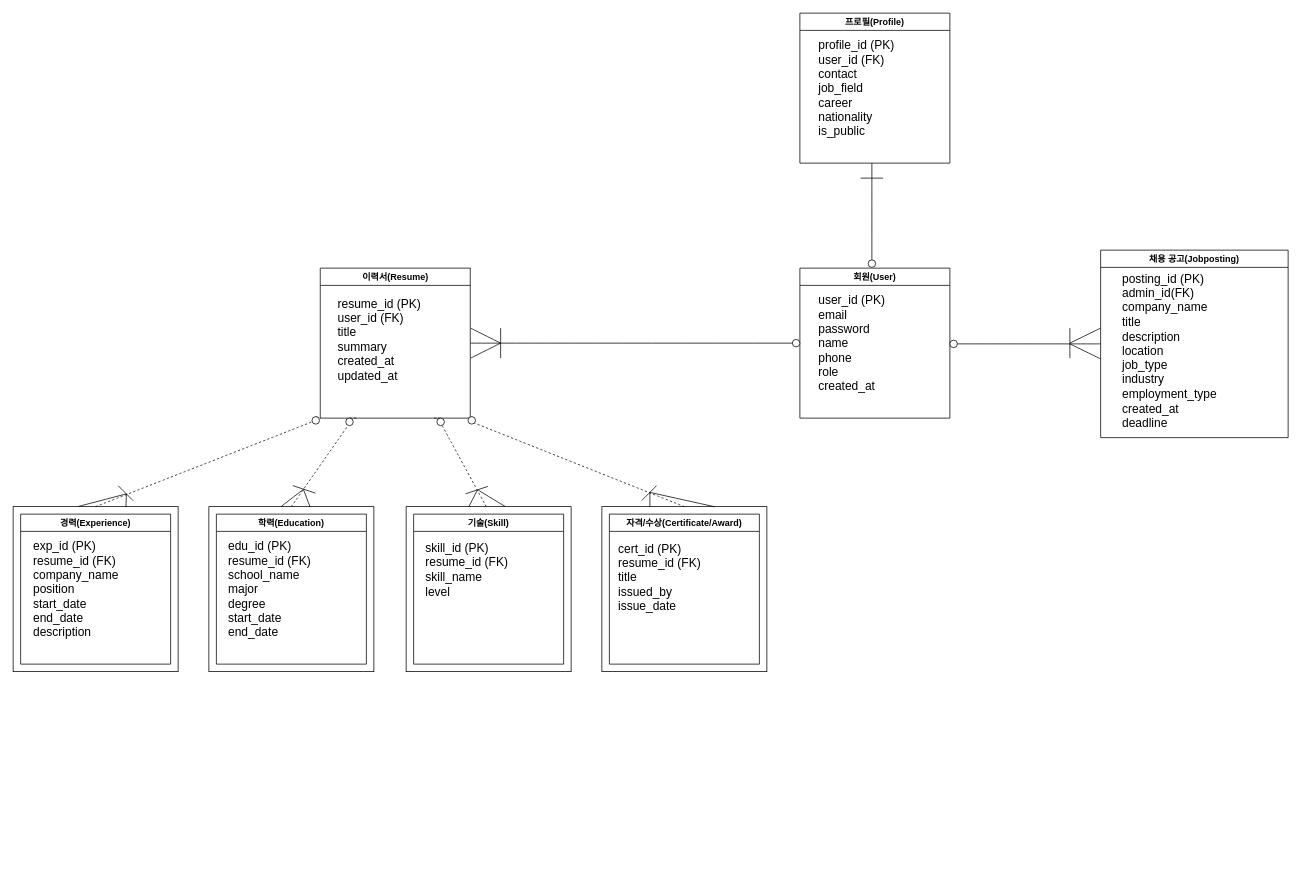
Before: test1.drawio in learnner-ms/WebProject, a draw.io diagram. Source tidied: cells renumbered, new cells numbered last; positions are measured from the earlier drawing's top-left corner, leaving out a move shared by most shapes. Both pictures are drawn from the tidied source at 75%, with x=0, y=0 at pixel (13, 13).
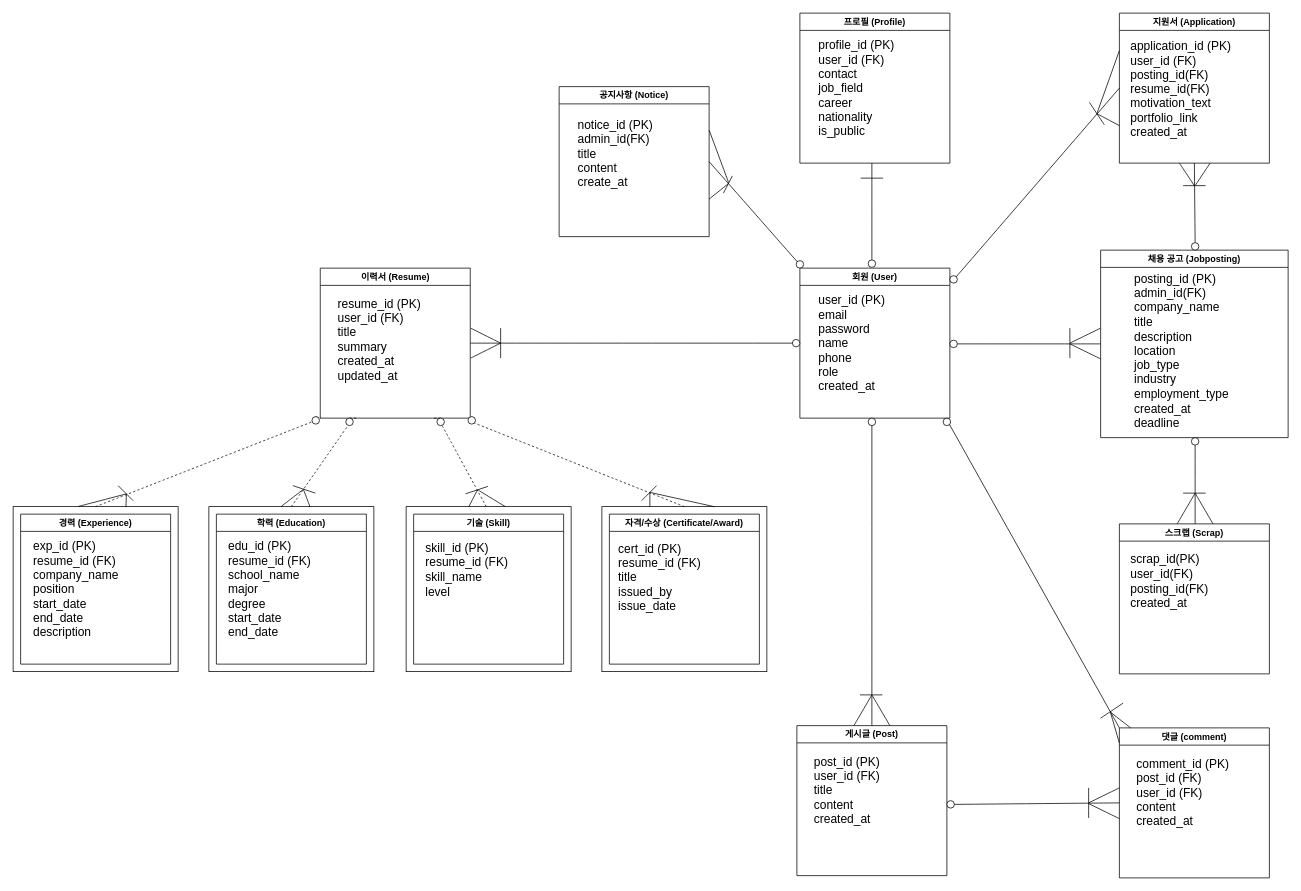
The same diagram, later.

Unchanged cells that the change refers to:
```xml
<mxCell id="8" style="group;" parent="1" vertex="1">
  <mxGeometry y="658" width="220" height="220" as="geometry" />
</mxCell>
<mxCell id="12" style="group;" parent="1" vertex="1">
  <mxGeometry x="261" y="658" width="220" height="220" as="geometry" />
</mxCell>
<mxCell id="16" style="group;" parent="1" vertex="1">
  <mxGeometry x="524" y="658" width="220" height="220" as="geometry" />
</mxCell>
<mxCell id="20" style="group;" parent="1" vertex="1">
  <mxGeometry x="785" y="658" width="220" height="220" as="geometry" />
</mxCell>
```

What changed in the source:
```diff
@@
-    <mxCell id="2" value="회원(User)" style="swimlane;whiteSpace=wrap;html=1;" parent="1" vertex="1">
+    <mxCell id="2" value="회원 (User)" style="swimlane;whiteSpace=wrap;html=1;" parent="1" vertex="1">
       <mxGeometry x="1049" y="340" width="200" height="200" as="geometry" />
     </mxCell>
@@
-    <mxCell id="4" value="프로필(Profile)" style="swimlane;whiteSpace=wrap;html=1;" parent="1" vertex="1">
+    <mxCell id="4" value="프로필 (Profile)" style="swimlane;whiteSpace=wrap;html=1;" parent="1" vertex="1">
       <mxGeometry x="1049" width="200" height="200" as="geometry" />
     </mxCell>
@@
-    <mxCell id="6" value="이력서(Resume)" style="swimlane;whiteSpace=wrap;html=1;" parent="1" vertex="1">
+    <mxCell id="6" value="이력서 (Resume)" style="swimlane;whiteSpace=wrap;html=1;" parent="1" vertex="1">
       <mxGeometry x="409.5" y="340" width="200" height="200" as="geometry" />
     </mxCell>
@@
-    <mxCell id="10" value="경력(Experience)" style="swimlane;whiteSpace=wrap;html=1;" parent="8" vertex="1">
+    <mxCell id="10" value="경력 (Experience)" style="swimlane;whiteSpace=wrap;html=1;" parent="8" vertex="1">
       <mxGeometry x="10" y="10" width="200" height="200" as="geometry" />
     </mxCell>
@@
-    <mxCell id="14" value="&lt;span class=&quot;notion-enable-hover&quot;&gt;학력(Education)&lt;/span&gt;" style="swimlane;whiteSpace=wrap;html=1;" parent="12" vertex="1">
+    <mxCell id="14" value="&lt;span class=&quot;notion-enable-hover&quot;&gt;학력 (Education)&lt;/span&gt;" style="swimlane;whiteSpace=wrap;html=1;" parent="12" vertex="1">
       <mxGeometry x="10" y="10" width="200" height="200" as="geometry" />
     </mxCell>
@@
-    <mxCell id="18" value="기술(Skill)" style="swimlane;whiteSpace=wrap;html=1;" parent="16" vertex="1">
+    <mxCell id="18" value="기술 (Skill)" style="swimlane;whiteSpace=wrap;html=1;" parent="16" vertex="1">
       <mxGeometry x="10" y="10" width="200" height="200" as="geometry" />
     </mxCell>
@@
-    <mxCell id="22" value="자격/수상(Certificate/Award)" style="swimlane;whiteSpace=wrap;html=1;" parent="20" vertex="1">
+    <mxCell id="22" value="자격/수상 (Certificate/Award)" style="swimlane;whiteSpace=wrap;html=1;" parent="20" vertex="1">
       <mxGeometry x="10" y="10" width="200" height="200" as="geometry" />
     </mxCell>
@@
-    <mxCell id="56" value="채용 공고(Jobposting)" style="swimlane;whiteSpace=wrap;html=1;" parent="1" vertex="1">
+    <mxCell id="56" value="채용 공고 (Jobposting)" style="swimlane;whiteSpace=wrap;html=1;" parent="1" vertex="1">
       <mxGeometry x="1450" y="316" width="250" height="250" as="geometry" />
     </mxCell>
     <mxCell id="57" value="&lt;font&gt;posting_id (PK)&lt;/font&gt;&lt;div&gt;&lt;font&gt;admin_id(FK)&lt;/font&gt;&lt;/div&gt;&lt;div&gt;&lt;font&gt;company_name&lt;/font&gt;&lt;/div&gt;&lt;div&gt;&lt;font&gt;title&lt;/font&gt;&lt;/div&gt;&lt;div&gt;&lt;font&gt;description&lt;/font&gt;&lt;/div&gt;&lt;div&gt;&lt;font&gt;location&lt;/font&gt;&lt;/div&gt;&lt;div&gt;&lt;div&gt;&lt;font&gt;job_type&lt;/font&gt;&lt;/div&gt;&lt;div&gt;&lt;font&gt;industry&lt;/font&gt;&lt;/div&gt;&lt;div&gt;&lt;font&gt;employment_type&lt;/font&gt;&lt;/div&gt;&lt;div&gt;&lt;font&gt;created_at&lt;/font&gt;&lt;/div&gt;&lt;div&gt;&lt;font&gt;deadline&lt;/font&gt;&lt;/div&gt;&lt;/div&gt;" style="text;html=1;align=left;verticalAlign=middle;strokeColor=none;fillColor=none;fontSize=16;" parent="56" vertex="1">
-      <mxGeometry x="27" y="24" width="150" height="220" as="geometry" />
+      <mxGeometry x="43" y="24" width="150" height="220" as="geometry" />
     </mxCell>
@@
+    <mxCell id="63" value="지원서 (Application)" style="swimlane;whiteSpace=wrap;html=1;" parent="1" vertex="1">
+      <mxGeometry x="1475" width="200" height="200" as="geometry" />
+    </mxCell>
+    <mxCell id="64" value="application_id (PK)&lt;div&gt;user_id (FK)&lt;/div&gt;&lt;div&gt;posting_id(FK)&lt;/div&gt;&lt;div&gt;resume_id(FK)&lt;/div&gt;&lt;div&gt;motivation_text&lt;/div&gt;&lt;div&gt;portfolio_link&lt;/div&gt;&lt;div&gt;created_at&lt;/div&gt;" style="text;html=1;align=left;verticalAlign=middle;strokeColor=none;fillColor=none;fontSize=16;" parent="63" vertex="1">
+      <mxGeometry x="13" y="26" width="160" height="150" as="geometry" />
+    </mxCell>
+    <mxCell id="65" style="ellipse;whiteSpace=wrap;html=1;" parent="1" vertex="1">
+      <mxGeometry x="1249" y="350" width="10" height="10" as="geometry" />
+    </mxCell>
+    <mxCell id="66" style="endArrow=none;html=1;rounded=0;fontSize=12;startSize=8;endSize=8;curved=1;entryX=0;entryY=0.5;entryDx=0;entryDy=0;exitX=1;exitY=0;exitDx=0;exitDy=0;" parent="1" edge="1" source="65" target="63">
+      <mxGeometry relative="1" as="geometry" />
+    </mxCell>
+    <mxCell id="67" style="endArrow=none;html=1;rounded=0;fontSize=12;startSize=8;endSize=8;curved=1;" parent="1" edge="1">
+      <mxGeometry relative="1" as="geometry">
+        <mxPoint x="1455" y="149" as="sourcePoint" />
+        <mxPoint x="1435" y="119" as="targetPoint" />
+      </mxGeometry>
+    </mxCell>
+    <mxCell id="68" style="endArrow=none;html=1;rounded=0;fontSize=12;startSize=8;endSize=8;curved=1;entryX=0;entryY=0.25;entryDx=0;entryDy=0;" parent="1" edge="1" target="63">
+      <mxGeometry relative="1" as="geometry">
+        <mxPoint x="1445" y="134" as="sourcePoint" />
+      </mxGeometry>
+    </mxCell>
+    <mxCell id="69" style="endArrow=none;html=1;rounded=0;fontSize=12;startSize=8;endSize=8;curved=1;entryX=0;entryY=0.75;entryDx=0;entryDy=0;" parent="1" edge="1" target="63">
+      <mxGeometry relative="1" as="geometry">
+        <mxPoint x="1445" y="134" as="sourcePoint" />
+      </mxGeometry>
+    </mxCell>
+    <mxCell id="70" style="endArrow=none;html=1;rounded=0;fontSize=12;startSize=8;endSize=8;curved=1;entryX=0.5;entryY=1;entryDx=0;entryDy=0;exitX=0.5;exitY=0;exitDx=0;exitDy=0;" parent="1" edge="1" source="72" target="63">
+      <mxGeometry relative="1" as="geometry" />
+    </mxCell>
+    <mxCell id="71" style="endArrow=none;html=1;rounded=0;fontSize=12;startSize=8;endSize=8;curved=1;entryX=0.5;entryY=1;entryDx=0;entryDy=0;exitX=0.5;exitY=0;exitDx=0;exitDy=0;" parent="1" edge="1" source="56" target="72">
+      <mxGeometry relative="1" as="geometry" />
+    </mxCell>
+    <mxCell id="72" style="ellipse;whiteSpace=wrap;html=1;" parent="1" vertex="1">
+      <mxGeometry x="1571" y="306" width="10" height="10" as="geometry" />
+    </mxCell>
+    <mxCell id="73" style="endArrow=none;html=1;rounded=0;fontSize=12;startSize=8;endSize=8;curved=1;" parent="1" edge="1">
+      <mxGeometry relative="1" as="geometry">
+        <mxPoint x="1560" y="230" as="sourcePoint" />
+        <mxPoint x="1590" y="230" as="targetPoint" />
+      </mxGeometry>
+    </mxCell>
+    <mxCell id="74" style="endArrow=none;html=1;rounded=0;fontSize=12;startSize=8;endSize=8;curved=1;" parent="1" edge="1">
+      <mxGeometry relative="1" as="geometry">
+        <mxPoint x="1555" y="200" as="sourcePoint" />
+        <mxPoint x="1575" y="230" as="targetPoint" />
+      </mxGeometry>
+    </mxCell>
+    <mxCell id="75" style="endArrow=none;html=1;rounded=0;fontSize=12;startSize=8;endSize=8;curved=1;" parent="1" edge="1">
+      <mxGeometry relative="1" as="geometry">
+        <mxPoint x="1576" y="230" as="sourcePoint" />
+        <mxPoint x="1596" y="200" as="targetPoint" />
+      </mxGeometry>
+    </mxCell>
+    <mxCell id="76" value="스크랩 (Scrap)" style="swimlane;whiteSpace=wrap;html=1;" parent="1" vertex="1">
+      <mxGeometry x="1475" y="681" width="200" height="200" as="geometry" />
+    </mxCell>
+    <mxCell id="77" value="scrap_id(PK)&lt;div&gt;user_id(FK)&lt;/div&gt;&lt;div&gt;posting_id(FK)&lt;/div&gt;&lt;div&gt;created_at&lt;/div&gt;" style="text;html=1;align=left;verticalAlign=middle;strokeColor=none;fillColor=none;fontSize=16;" parent="76" vertex="1">
+      <mxGeometry x="13" y="31" width="130" height="90" as="geometry" />
+    </mxCell>
+    <mxCell id="78" style="endArrow=none;html=1;rounded=0;fontSize=12;startSize=8;endSize=8;curved=1;entryX=0.5;entryY=1;entryDx=0;entryDy=0;exitX=0.5;exitY=0;exitDx=0;exitDy=0;" parent="1" edge="1" source="80">
+      <mxGeometry relative="1" as="geometry">
+        <mxPoint x="1578" y="575" as="targetPoint" />
+      </mxGeometry>
+    </mxCell>
+    <mxCell id="79" style="endArrow=none;html=1;rounded=0;fontSize=12;startSize=8;endSize=8;curved=1;entryX=0.5;entryY=1;entryDx=0;entryDy=0;exitX=0.5;exitY=0;exitDx=0;exitDy=0;" parent="1" edge="1" target="80">
+      <mxGeometry relative="1" as="geometry">
+        <mxPoint x="1576" y="681" as="sourcePoint" />
+      </mxGeometry>
+    </mxCell>
+    <mxCell id="80" style="ellipse;whiteSpace=wrap;html=1;" parent="1" vertex="1">
+      <mxGeometry x="1571" y="566" width="10" height="10" as="geometry" />
+    </mxCell>
+    <mxCell id="81" style="endArrow=none;html=1;rounded=0;fontSize=12;startSize=8;endSize=8;curved=1;" parent="1" edge="1">
+      <mxGeometry relative="1" as="geometry">
+        <mxPoint x="1560" y="640" as="sourcePoint" />
+        <mxPoint x="1590" y="640" as="targetPoint" />
+      </mxGeometry>
+    </mxCell>
+    <mxCell id="82" style="endArrow=none;html=1;rounded=0;fontSize=12;startSize=8;endSize=8;curved=1;exitX=0.37;exitY=0.003;exitDx=0;exitDy=0;exitPerimeter=0;entryX=0.624;entryY=0;entryDx=0;entryDy=0;entryPerimeter=0;" parent="1" edge="1" target="76">
+      <mxGeometry relative="1" as="geometry">
+        <mxPoint x="1576" y="640" as="sourcePoint" />
+      </mxGeometry>
+    </mxCell>
+    <mxCell id="83" style="endArrow=none;html=1;rounded=0;fontSize=12;startSize=8;endSize=8;curved=1;exitX=0.37;exitY=0.003;exitDx=0;exitDy=0;exitPerimeter=0;entryX=0.624;entryY=0;entryDx=0;entryDy=0;entryPerimeter=0;" parent="1" edge="1">
+      <mxGeometry relative="1" as="geometry">
+        <mxPoint x="1552" y="681" as="sourcePoint" />
+        <mxPoint x="1576" y="640" as="targetPoint" />
+      </mxGeometry>
+    </mxCell>
+    <mxCell id="84" value="게시글 (Post)" style="swimlane;whiteSpace=wrap;html=1;" parent="1" vertex="1">
+      <mxGeometry x="1045" y="950" width="200" height="200" as="geometry" />
+    </mxCell>
+    <mxCell id="85" value="post_id (PK)&lt;div&gt;user_id (FK)&lt;/div&gt;&lt;div&gt;title&lt;/div&gt;&lt;div&gt;content&lt;/div&gt;&lt;div&gt;created_at&lt;/div&gt;" style="text;html=1;align=left;verticalAlign=middle;strokeColor=none;fillColor=none;fontSize=16;" parent="84" vertex="1">
+      <mxGeometry x="21" y="31" width="110" height="110" as="geometry" />
+    </mxCell>
+    <mxCell id="86" value="댓글 (comment)" style="swimlane;whiteSpace=wrap;html=1;" parent="1" vertex="1">
+      <mxGeometry x="1475" y="953" width="200" height="200" as="geometry" />
+    </mxCell>
+    <mxCell id="87" value="comment_id (PK)&lt;div&gt;post_id (FK)&lt;/div&gt;&lt;div&gt;user_id (FK)&lt;/div&gt;&lt;div&gt;content&lt;/div&gt;&lt;div&gt;created_at&lt;/div&gt;" style="text;html=1;align=left;verticalAlign=middle;strokeColor=none;fillColor=none;fontSize=16;" parent="86" vertex="1">
+      <mxGeometry x="21" y="31" width="150" height="110" as="geometry" />
+    </mxCell>
+    <mxCell id="88" style="ellipse;whiteSpace=wrap;html=1;" parent="1" vertex="1">
+      <mxGeometry x="1140" y="540" width="10" height="10" as="geometry" />
+    </mxCell>
+    <mxCell id="89" style="endArrow=none;html=1;rounded=0;fontSize=12;startSize=8;endSize=8;curved=1;entryX=0.5;entryY=1;entryDx=0;entryDy=0;exitX=0.5;exitY=0;exitDx=0;exitDy=0;" parent="1" edge="1" source="84" target="88">
+      <mxGeometry relative="1" as="geometry" />
+    </mxCell>
+    <mxCell id="90" style="endArrow=none;html=1;rounded=0;fontSize=12;startSize=8;endSize=8;curved=1;" parent="1" edge="1">
+      <mxGeometry relative="1" as="geometry">
+        <mxPoint x="1129" y="909" as="sourcePoint" />
+        <mxPoint x="1159" y="909" as="targetPoint" />
+      </mxGeometry>
+    </mxCell>
+    <mxCell id="91" style="endArrow=none;html=1;rounded=0;fontSize=12;startSize=8;endSize=8;curved=1;exitX=0.37;exitY=0.003;exitDx=0;exitDy=0;exitPerimeter=0;entryX=0.624;entryY=0;entryDx=0;entryDy=0;entryPerimeter=0;" parent="1" edge="1">
+      <mxGeometry relative="1" as="geometry">
+        <mxPoint x="1145" y="909" as="sourcePoint" />
+        <mxPoint x="1169" y="950" as="targetPoint" />
+      </mxGeometry>
+    </mxCell>
+    <mxCell id="92" style="endArrow=none;html=1;rounded=0;fontSize=12;startSize=8;endSize=8;curved=1;exitX=0.37;exitY=0.003;exitDx=0;exitDy=0;exitPerimeter=0;entryX=0.624;entryY=0;entryDx=0;entryDy=0;entryPerimeter=0;" parent="1" edge="1">
+      <mxGeometry relative="1" as="geometry">
+        <mxPoint x="1121" y="950" as="sourcePoint" />
+        <mxPoint x="1145" y="909" as="targetPoint" />
+      </mxGeometry>
+    </mxCell>
+    <mxCell id="93" style="ellipse;whiteSpace=wrap;html=1;" parent="1" vertex="1">
+      <mxGeometry x="1245" y="1050" width="10" height="10" as="geometry" />
+    </mxCell>
+    <mxCell id="94" style="endArrow=none;html=1;rounded=0;fontSize=12;startSize=8;endSize=8;curved=1;entryX=1;entryY=0.5;entryDx=0;entryDy=0;exitX=0;exitY=0.5;exitDx=0;exitDy=0;" parent="1" edge="1" source="86" target="93">
+      <mxGeometry relative="1" as="geometry" />
+    </mxCell>
+    <mxCell id="95" style="endArrow=none;html=1;rounded=0;fontSize=12;startSize=8;endSize=8;curved=1;" parent="1" edge="1">
+      <mxGeometry relative="1" as="geometry">
+        <mxPoint x="1434" y="1073" as="sourcePoint" />
+        <mxPoint x="1434" y="1033" as="targetPoint" />
+      </mxGeometry>
+    </mxCell>
+    <mxCell id="96" style="endArrow=none;html=1;rounded=0;fontSize=12;startSize=8;endSize=8;curved=1;" parent="1" edge="1">
+      <mxGeometry relative="1" as="geometry">
+        <mxPoint x="1475" y="1033" as="sourcePoint" />
+        <mxPoint x="1434" y="1053" as="targetPoint" />
+      </mxGeometry>
+    </mxCell>
+    <mxCell id="97" style="endArrow=none;html=1;rounded=0;fontSize=12;startSize=8;endSize=8;curved=1;" parent="1" edge="1">
+      <mxGeometry relative="1" as="geometry">
+        <mxPoint x="1475" y="1074" as="sourcePoint" />
+        <mxPoint x="1434" y="1054" as="targetPoint" />
+      </mxGeometry>
+    </mxCell>
+    <mxCell id="98" style="ellipse;whiteSpace=wrap;html=1;" parent="1" vertex="1">
+      <mxGeometry x="1240" y="540" width="10" height="10" as="geometry" />
+    </mxCell>
+    <mxCell id="99" style="endArrow=none;html=1;rounded=0;fontSize=12;startSize=8;endSize=8;curved=1;entryX=1;entryY=1;entryDx=0;entryDy=0;exitX=0;exitY=0;exitDx=0;exitDy=0;" parent="1" edge="1" source="86" target="98">
+      <mxGeometry relative="1" as="geometry" />
+    </mxCell>
+    <mxCell id="100" style="endArrow=none;html=1;rounded=0;fontSize=12;startSize=8;endSize=8;curved=1;" parent="1" edge="1">
+      <mxGeometry relative="1" as="geometry">
+        <mxPoint x="1450" y="940" as="sourcePoint" />
+        <mxPoint x="1480" y="920" as="targetPoint" />
+      </mxGeometry>
+    </mxCell>
+    <mxCell id="101" style="endArrow=none;html=1;rounded=0;fontSize=12;startSize=8;endSize=8;curved=1;exitX=0;exitY=0.101;exitDx=0;exitDy=0;exitPerimeter=0;" parent="1" edge="1" source="86">
+      <mxGeometry relative="1" as="geometry">
+        <mxPoint x="1463" y="932" as="targetPoint" />
+      </mxGeometry>
+    </mxCell>
+    <mxCell id="102" style="endArrow=none;html=1;rounded=0;fontSize=12;startSize=8;endSize=8;curved=1;" parent="1" edge="1">
+      <mxGeometry relative="1" as="geometry">
+        <mxPoint x="1490" y="953" as="sourcePoint" />
+        <mxPoint x="1463" y="932" as="targetPoint" />
+      </mxGeometry>
+    </mxCell>
+    <mxCell id="103" value="공지사항 (Notice)" style="swimlane;whiteSpace=wrap;html=1;" parent="1" vertex="1">
+      <mxGeometry x="728" y="98" width="200" height="200" as="geometry" />
+    </mxCell>
+    <mxCell id="104" value="notice_id (PK)&lt;div&gt;admin_id(FK)&lt;/div&gt;&lt;div&gt;title&lt;/div&gt;&lt;div&gt;content&lt;/div&gt;&lt;div&gt;create_at&lt;/div&gt;" style="text;html=1;align=left;verticalAlign=middle;strokeColor=none;fillColor=none;fontSize=16;" parent="103" vertex="1">
+      <mxGeometry x="23" y="34" width="120" height="110" as="geometry" />
+    </mxCell>
+    <mxCell id="105" style="endArrow=none;html=1;rounded=0;fontSize=12;startSize=8;endSize=8;curved=1;exitX=1;exitY=0.75;exitDx=0;exitDy=0;" parent="103" edge="1" source="103">
+      <mxGeometry relative="1" as="geometry">
+        <mxPoint x="226" y="129" as="targetPoint" />
+      </mxGeometry>
+    </mxCell>
+    <mxCell id="106" style="ellipse;whiteSpace=wrap;html=1;" parent="1" vertex="1">
+      <mxGeometry x="1044" y="330" width="10" height="10" as="geometry" />
+    </mxCell>
+    <mxCell id="107" style="endArrow=none;html=1;rounded=0;fontSize=12;startSize=8;endSize=8;curved=1;entryX=0;entryY=0;entryDx=0;entryDy=0;exitX=1;exitY=0.5;exitDx=0;exitDy=0;" parent="1" edge="1" source="103" target="106">
+      <mxGeometry relative="1" as="geometry" />
+    </mxCell>
+    <mxCell id="108" style="endArrow=none;html=1;rounded=0;fontSize=12;startSize=8;endSize=8;curved=1;" parent="1" edge="1">
+      <mxGeometry relative="1" as="geometry">
+        <mxPoint x="947" y="240" as="sourcePoint" />
+        <mxPoint x="959" y="217" as="targetPoint" />
+      </mxGeometry>
+    </mxCell>
+    <mxCell id="109" style="endArrow=none;html=1;rounded=0;fontSize=12;startSize=8;endSize=8;curved=1;" parent="1" edge="1">
+      <mxGeometry relative="1" as="geometry">
+        <mxPoint x="954" y="226" as="sourcePoint" />
+        <mxPoint x="928" y="156" as="targetPoint" />
+      </mxGeometry>
+    </mxCell>
```
